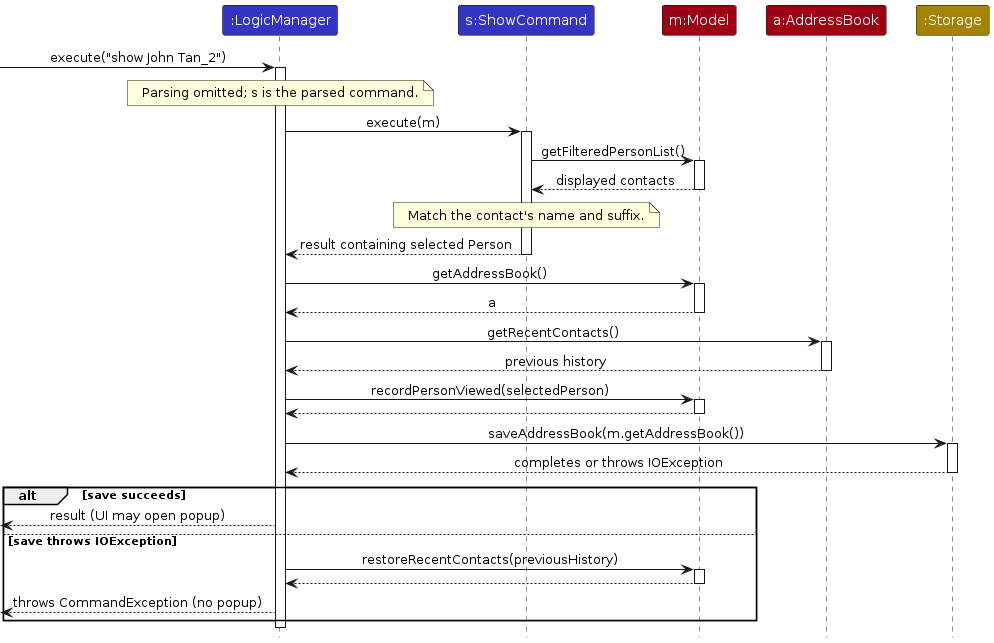
The PlantUML diagram diagrams/RecentContactsSequenceDiagram.png in AY2627S1-CS2103T-W14-1/tp, before a commit. Its source is kept beside it as diagrams/RecentContactsSequenceDiagram.puml. Source of this version:
```plantuml
@startuml
!include style.puml
skinparam ArrowFontStyle plain

participant ":LogicManager" as LogicManager LOGIC_COLOR
participant "s:ShowCommand" as ShowCommand LOGIC_COLOR
participant "m:Model" as Model MODEL_COLOR
participant "a:AddressBook" as AddressBook MODEL_COLOR
participant ":Storage" as Storage STORAGE_COLOR

[-> LogicManager : execute("show John Tan_2")
activate LogicManager
note over LogicManager : Parsing omitted; s is the parsed command.
LogicManager -> ShowCommand : execute(m)
activate ShowCommand
ShowCommand -> Model : getFilteredPersonList()
activate Model
Model --> ShowCommand : displayed contacts
deactivate Model
note over ShowCommand : Match the contact's name and suffix.
ShowCommand --> LogicManager : result containing selected Person
deactivate ShowCommand
LogicManager -> Model : getAddressBook()
activate Model
Model --> LogicManager : a
deactivate Model
LogicManager -> AddressBook : getRecentContacts()
activate AddressBook
AddressBook --> LogicManager : previous history
deactivate AddressBook
LogicManager -> Model : recordPersonViewed(selectedPerson)
activate Model
Model --> LogicManager
deactivate Model
LogicManager -> Storage : saveAddressBook(m.getAddressBook())
activate Storage
Storage --> LogicManager : completes or throws IOException
deactivate Storage
alt save succeeds
    [<-- LogicManager : result (UI may open popup)
else save throws IOException
    LogicManager -> Model : restoreRecentContacts(previousHistory)
    activate Model
    Model --> LogicManager
    deactivate Model
    [<-- LogicManager : throws CommandException (no popup)
end
deactivate LogicManager
@enduml
```
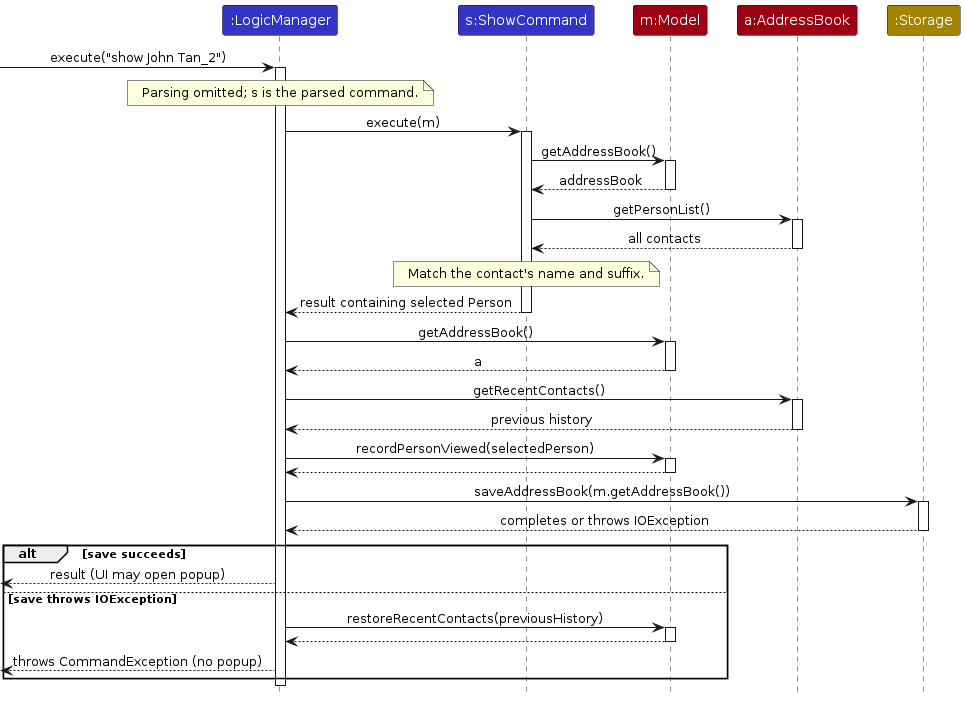
The same diagram one commit later.

Change to the diagram source:
```diff
@@ -13,10 +13,14 @@
 note over LogicManager : Parsing omitted; s is the parsed command.
 LogicManager -> ShowCommand : execute(m)
 activate ShowCommand
-ShowCommand -> Model : getFilteredPersonList()
+ShowCommand -> Model : getAddressBook()
 activate Model
-Model --> ShowCommand : displayed contacts
+Model --> ShowCommand : addressBook
 deactivate Model
+ShowCommand -> AddressBook : getPersonList()
+activate AddressBook
+AddressBook --> ShowCommand : all contacts
+deactivate AddressBook
 note over ShowCommand : Match the contact's name and suffix.
 ShowCommand --> LogicManager : result containing selected Person
 deactivate ShowCommand
```
